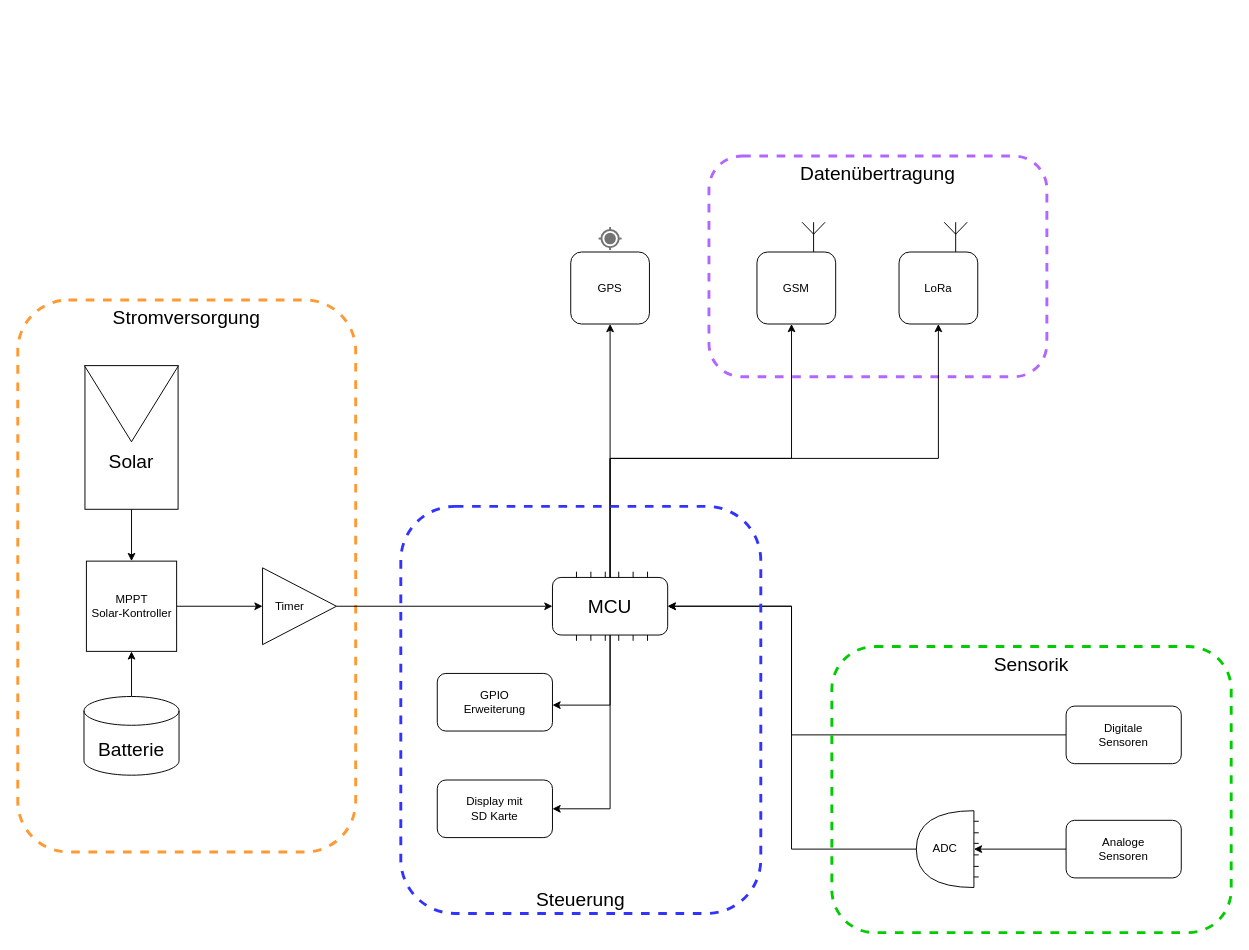
The draw.io diagram Systementwurf/blockschaltbild_2.drawio in Alexandros444/Datenbojen, before the edit. Source tidied: cells renumbered, new cells numbered last; positions are measured from the earlier drawing's top-left corner, leaving out a move shared by most shapes. Both pictures are drawn from the tidied source at 96%, with x=0, y=0 at pixel (17, 156).
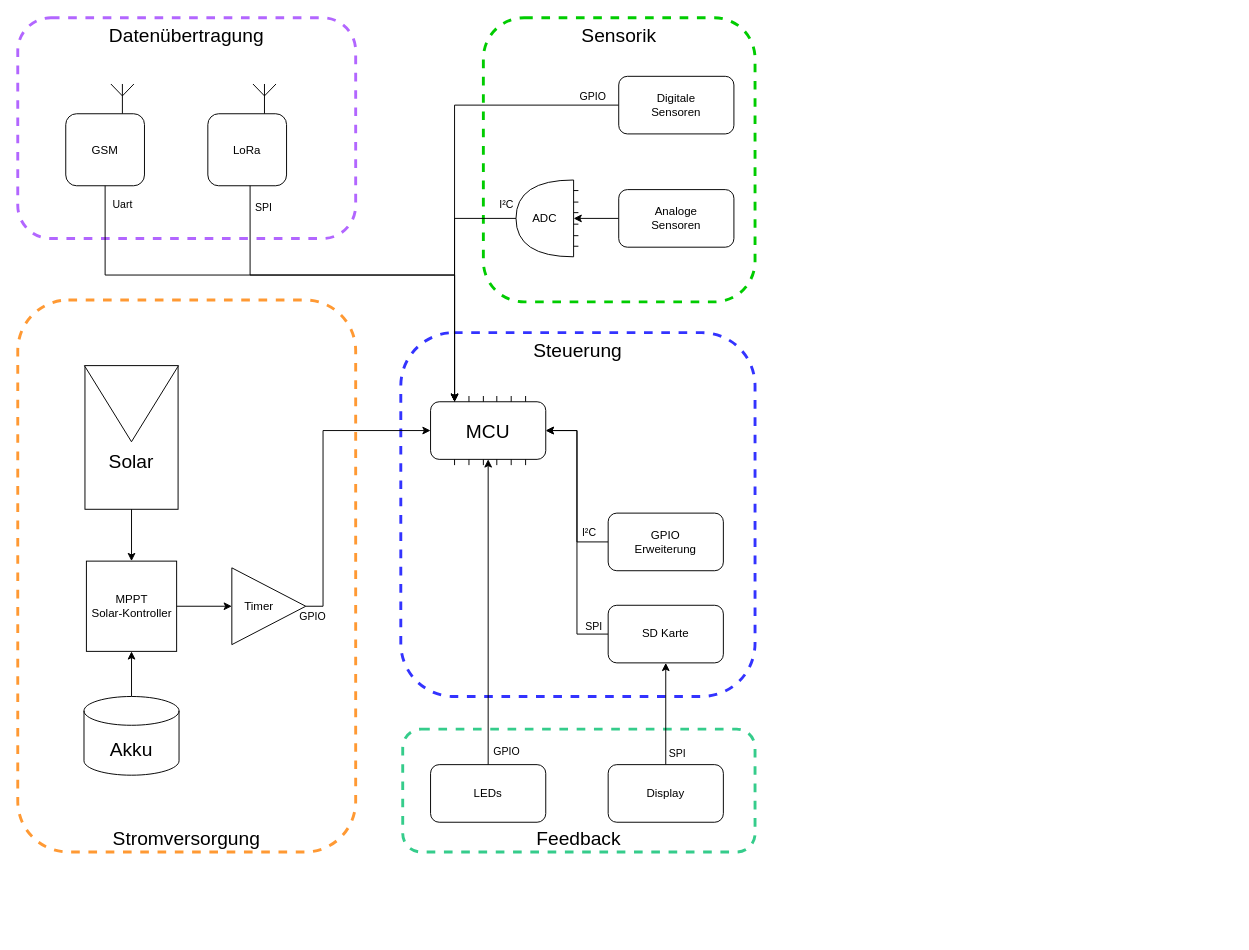
The same page after the edit.

Unchanged cells that the change refers to:
```xml
<mxCell id="19" value="GSM" style="rounded=1;whiteSpace=wrap;html=1;" parent="17" vertex="1">
  <mxGeometry y="31" width="82" height="75" as="geometry" />
</mxCell>
<mxCell id="22" value="LoRa" style="rounded=1;whiteSpace=wrap;html=1;" parent="20" vertex="1">
  <mxGeometry y="31" width="82" height="75" as="geometry" />
</mxCell>
<mxCell id="24" value="ADC" style="shape=or;whiteSpace=wrap;html=1;direction=west;" parent="23" vertex="1">
  <mxGeometry width="60" height="80" as="geometry" />
</mxCell>
<mxCell id="32" value="&lt;font style=&quot;font-size: 20px;&quot;&gt;MCU&lt;/font&gt;" style="rounded=1;whiteSpace=wrap;html=1;" parent="31" vertex="1">
  <mxGeometry y="6" width="120" height="60" as="geometry" />
</mxCell>
```

What changed in the source:
```diff
@@
+    <mxCell id="59" value="&lt;font style=&quot;font-size: 20px;&quot;&gt;Steuerung&lt;/font&gt;" style="rounded=1;whiteSpace=wrap;html=1;dashed=1;fillColor=none;verticalAlign=top;strokeColor=#3333FF;strokeWidth=3;align=center;" parent="1" vertex="1">
+      <mxGeometry x="399" y="184" width="369" height="379" as="geometry" />
+    </mxCell>
+    <mxCell id="60" value="&lt;font style=&quot;font-size: 20px;&quot;&gt;Feedback&lt;/font&gt;" style="rounded=1;whiteSpace=wrap;html=1;dashed=1;fillColor=none;verticalAlign=bottom;strokeColor=#35CC8B;strokeWidth=3;align=center;" parent="1" vertex="1">
+      <mxGeometry x="401" y="597" width="367" height="128" as="geometry" />
+    </mxCell>
+    <mxCell id="58" value="&lt;font style=&quot;font-size: 20px;&quot;&gt;Sensorik&lt;/font&gt;" style="rounded=1;whiteSpace=wrap;html=1;dashed=1;fillColor=none;verticalAlign=top;strokeColor=#00CC00;strokeWidth=3;" parent="1" vertex="1">
+      <mxGeometry x="485" y="-144" width="283" height="296" as="geometry" />
+    </mxCell>
-    <mxCell id="2" value="&lt;font style=&quot;font-size: 20px;&quot;&gt;Stromversorgung&lt;/font&gt;" style="rounded=1;whiteSpace=wrap;html=1;dashed=1;fillColor=none;verticalAlign=top;strokeColor=#FF9933;strokeWidth=3;" parent="1" vertex="1">
+    <mxCell id="2" value="&lt;font style=&quot;font-size: 20px;&quot;&gt;Stromversorgung&lt;/font&gt;" style="rounded=1;whiteSpace=wrap;html=1;dashed=1;fillColor=none;verticalAlign=bottom;strokeColor=#FF9933;strokeWidth=3;" parent="1" vertex="1">
       <mxGeometry y="150" width="352" height="575" as="geometry" />
     </mxCell>
     <mxCell id="3" value="&lt;font style=&quot;font-size: 20px;&quot;&gt;Datenübertragung&lt;/font&gt;" style="rounded=1;whiteSpace=wrap;html=1;dashed=1;fillColor=none;verticalAlign=top;strokeColor=#B266FF;strokeWidth=3;" parent="1" vertex="1">
-      <mxGeometry x="720" width="352" height="230" as="geometry" />
+      <mxGeometry y="-144" width="352" height="230" as="geometry" />
     </mxCell>
@@
-    <mxCell id="9" value="&lt;font style=&quot;font-size: 20px;&quot;&gt;Batterie&lt;br&gt;&lt;/font&gt;" style="shape=cylinder3;whiteSpace=wrap;html=1;boundedLbl=1;backgroundOutline=1;size=15;align=center;" parent="1" vertex="1">
+    <mxCell id="9" value="&lt;font style=&quot;font-size: 20px;&quot;&gt;Akku&lt;br&gt;&lt;/font&gt;" style="shape=cylinder3;whiteSpace=wrap;html=1;boundedLbl=1;backgroundOutline=1;size=15;align=center;" parent="1" vertex="1">
       <mxGeometry x="69" y="563" width="99" height="82" as="geometry" />
     </mxCell>
-    <mxCell id="10" style="edgeStyle=orthogonalEdgeStyle;rounded=0;jettySize=auto;html=1;" parent="1" edge="1" source="32" target="19">
-      <mxGeometry relative="1" as="geometry">
-        <Array as="points">
-          <mxPoint x="617" y="315" />
-          <mxPoint x="806" y="315" />
-        </Array>
-      </mxGeometry>
-    </mxCell>
-    <mxCell id="11" style="edgeStyle=orthogonalEdgeStyle;rounded=0;jettySize=auto;html=1;entryX=0.5;entryY=1;entryDx=0;entryDy=0;" parent="1" edge="1" source="32" target="22">
-      <mxGeometry relative="1" as="geometry">
-        <Array as="points">
-          <mxPoint x="617" y="315" />
-          <mxPoint x="959" y="315" />
-        </Array>
-      </mxGeometry>
-    </mxCell>
-    <mxCell id="12" style="edgeStyle=orthogonalEdgeStyle;rounded=0;jettySize=auto;html=1;" parent="1" edge="1" source="13" target="32">
-      <mxGeometry relative="1" as="geometry" />
+    <mxCell id="12" style="edgeStyle=orthogonalEdgeStyle;rounded=0;jettySize=auto;html=1;entryX=0;entryY=0.5;entryDx=0;entryDy=0;" parent="1" edge="1" source="13" target="32">
+      <mxGeometry relative="1" as="geometry">
+        <Array as="points">
+          <mxPoint x="318" y="469" />
+          <mxPoint x="318" y="286" />
+        </Array>
+      </mxGeometry>
     </mxCell>
+    <mxCell id="61" value="GPIO" style="edgeLabel;html=1;align=center;verticalAlign=middle;" parent="12" vertex="1">
+      <mxGeometry x="-0.95" y="2" relative="1" as="geometry">
+        <mxPoint x="-2" y="12" as="offset" />
+      </mxGeometry>
+    </mxCell>
     <mxCell id="13" value="Timer&amp;nbsp; &amp;nbsp; &amp;nbsp;&amp;nbsp;" style="triangle;whiteSpace=wrap;html=1;" parent="1" vertex="1">
-      <mxGeometry x="255" y="429" width="77" height="80" as="geometry" />
+      <mxGeometry x="223" y="429" width="77" height="80" as="geometry" />
     </mxCell>
@@
     <mxCell id="17" style="group;" parent="1" vertex="1">
-      <mxGeometry x="770" y="69" width="82" height="106" as="geometry" />
+      <mxGeometry x="50" y="-75" width="82" height="106" as="geometry" />
     </mxCell>
@@
     <mxCell id="20" style="group;" parent="1" vertex="1">
-      <mxGeometry x="918" y="69" width="82" height="106" as="geometry" />
+      <mxGeometry x="198" y="-75" width="82" height="106" as="geometry" />
     </mxCell>
@@
     <mxCell id="23" style="group;direction=west;" parent="1" vertex="1">
-      <mxGeometry x="936" y="682" width="65" height="80" as="geometry" />
+      <mxGeometry x="519" y="25" width="65" height="80" as="geometry" />
     </mxCell>
@@
     <mxCell id="31" style="group;" parent="1" vertex="1">
-      <mxGeometry x="557" y="433" width="120" height="72" as="geometry" />
+      <mxGeometry x="430" y="250" width="120" height="72" as="geometry" />
     </mxCell>
@@
     <mxCell id="46" value="Analoge&lt;div&gt;Sensoren&lt;/div&gt;" style="rounded=1;whiteSpace=wrap;html=1;" parent="1" vertex="1">
-      <mxGeometry x="1092" y="692" width="120" height="60" as="geometry" />
+      <mxGeometry x="626" y="35" width="120" height="60" as="geometry" />
     </mxCell>
+    <mxCell id="62" style="edgeStyle=orthogonalEdgeStyle;rounded=0;jettySize=auto;html=1;entryX=1;entryY=0.5;entryDx=0;entryDy=0;" parent="1" edge="1" source="47" target="32">
+      <mxGeometry relative="1" as="geometry" />
+    </mxCell>
+    <mxCell id="63" value="I²C" style="edgeLabel;html=1;align=center;verticalAlign=middle;" parent="62" vertex="1">
+      <mxGeometry x="-0.73" y="-1" relative="1" as="geometry">
+        <mxPoint x="3" y="-10" as="offset" />
+      </mxGeometry>
+    </mxCell>
     <mxCell id="47" value="GPIO&lt;div&gt;Erweiterung&lt;/div&gt;" style="rounded=1;whiteSpace=wrap;html=1;" parent="1" vertex="1">
-      <mxGeometry x="437" y="539" width="120" height="60" as="geometry" />
+      <mxGeometry x="615" y="372" width="120" height="60" as="geometry" />
     </mxCell>
+    <mxCell id="64" style="edgeStyle=orthogonalEdgeStyle;rounded=0;jettySize=auto;html=1;entryX=1;entryY=0.5;entryDx=0;entryDy=0;" parent="1" edge="1" source="48" target="32">
+      <mxGeometry relative="1" as="geometry" />
+    </mxCell>
+    <mxCell id="65" value="SPI" style="edgeLabel;html=1;align=center;verticalAlign=middle;" parent="64" vertex="1">
+      <mxGeometry x="-0.86" y="-1" relative="1" as="geometry">
+        <mxPoint x="3" y="-8" as="offset" />
+      </mxGeometry>
+    </mxCell>
-    <mxCell id="48" value="Display mit &lt;br&gt;SD Karte" style="rounded=1;whiteSpace=wrap;html=1;" parent="1" vertex="1">
-      <mxGeometry x="437" y="650" width="120" height="60" as="geometry" />
+    <mxCell id="48" value="SD Karte" style="rounded=1;whiteSpace=wrap;html=1;" parent="1" vertex="1">
+      <mxGeometry x="615" y="468" width="120" height="60" as="geometry" />
     </mxCell>
-    <mxCell id="49" style="edgeStyle=orthogonalEdgeStyle;rounded=0;jettySize=auto;html=1;" parent="1" edge="1" source="32">
-      <mxGeometry relative="1" as="geometry">
-        <mxPoint x="557" y="572" as="targetPoint" />
-        <Array as="points">
-          <mxPoint x="617" y="572" />
-        </Array>
-      </mxGeometry>
-    </mxCell>
-    <mxCell id="50" style="edgeStyle=orthogonalEdgeStyle;rounded=0;jettySize=auto;html=1;entryX=1;entryY=0.5;entryDx=0;entryDy=0;" parent="1" edge="1" source="32" target="48">
-      <mxGeometry relative="1" as="geometry" />
-    </mxCell>
-    <mxCell id="51" style="group;" parent="1" vertex="1">
-      <mxGeometry x="576" y="74" width="82" height="101" as="geometry" />
-    </mxCell>
-    <mxCell id="52" value="GPS" style="rounded=1;whiteSpace=wrap;html=1;" parent="51" vertex="1">
-      <mxGeometry y="26" width="82" height="75" as="geometry" />
-    </mxCell>
-    <mxCell id="53" style="html=1;dashed=0;verticalLabelPosition=bottom;verticalAlign=top;align=center;shape=mxgraph.gmdl.gps;strokeColor=#737373;fillColor=#737373;shadow=0;strokeWidth=2;sketch=0;" parent="51" vertex="1">
-      <mxGeometry x="29" width="24" height="24" as="geometry" />
-    </mxCell>
-    <mxCell id="54" style="edgeStyle=orthogonalEdgeStyle;rounded=0;jettySize=auto;html=1;" parent="1" edge="1" source="32" target="52">
-      <mxGeometry relative="1" as="geometry" />
-    </mxCell>
-    <mxCell id="55" style="edgeStyle=orthogonalEdgeStyle;rounded=0;jettySize=auto;html=1;entryX=1;entryY=0.5;entryDx=0;entryDy=0;" parent="1" edge="1" source="56" target="32">
+    <mxCell id="55" style="edgeStyle=orthogonalEdgeStyle;rounded=0;jettySize=auto;html=1;" parent="1" edge="1" source="56" target="32">
       <mxGeometry relative="1" as="geometry">
         <Array as="points">
-          <mxPoint x="806" y="603" />
-          <mxPoint x="806" y="469" />
+          <mxPoint x="455" y="-53" />
         </Array>
       </mxGeometry>
     </mxCell>
+    <mxCell id="66" value="GPIO" style="edgeLabel;html=1;align=center;verticalAlign=middle;" parent="55" vertex="1">
+      <mxGeometry x="-0.73" y="2" relative="1" as="geometry">
+        <mxPoint x="37" y="-12" as="offset" />
+      </mxGeometry>
+    </mxCell>
     <mxCell id="56" value="Digitale&lt;br&gt;Sensoren" style="rounded=1;whiteSpace=wrap;html=1;" parent="1" vertex="1">
-      <mxGeometry x="1092" y="573" width="120" height="60" as="geometry" />
+      <mxGeometry x="626" y="-83" width="120" height="60" as="geometry" />
     </mxCell>
+    <mxCell id="67" style="edgeStyle=orthogonalEdgeStyle;rounded=0;jettySize=auto;html=1;" parent="1" edge="1" source="69" target="48">
+      <mxGeometry relative="1" as="geometry" />
+    </mxCell>
+    <mxCell id="68" value="SPI" style="edgeLabel;html=1;align=center;verticalAlign=middle;" parent="67" vertex="1">
+      <mxGeometry x="-0.78" y="-1" relative="1" as="geometry">
+        <mxPoint x="10" as="offset" />
+      </mxGeometry>
+    </mxCell>
+    <mxCell id="69" value="Display" style="rounded=1;whiteSpace=wrap;html=1;" parent="1" vertex="1">
+      <mxGeometry x="615" y="634" width="120" height="60" as="geometry" />
+    </mxCell>
+    <mxCell id="70" style="edgeStyle=orthogonalEdgeStyle;rounded=0;jettySize=auto;html=1;" parent="1" edge="1" source="72" target="32">
+      <mxGeometry relative="1" as="geometry" />
+    </mxCell>
+    <mxCell id="71" value="GPIO" style="edgeLabel;html=1;align=center;verticalAlign=middle;" parent="70" vertex="1">
+      <mxGeometry x="-0.93" y="-1" relative="1" as="geometry">
+        <mxPoint x="17" y="-4" as="offset" />
+      </mxGeometry>
+    </mxCell>
+    <mxCell id="72" value="LEDs" style="rounded=1;whiteSpace=wrap;html=1;" parent="1" vertex="1">
+      <mxGeometry x="430" y="634" width="120" height="60" as="geometry" />
+    </mxCell>
-    <mxCell id="57" style="edgeStyle=orthogonalEdgeStyle;rounded=0;jettySize=auto;html=1;entryX=1;entryY=0.5;entryDx=0;entryDy=0;" parent="1" edge="1" source="24" target="32">
+    <mxCell id="57" style="edgeStyle=orthogonalEdgeStyle;rounded=0;jettySize=auto;html=1;" parent="1" edge="1" source="24" target="32">
       <mxGeometry relative="1" as="geometry">
         <Array as="points">
-          <mxPoint x="806" y="722" />
-          <mxPoint x="806" y="469" />
+          <mxPoint x="455" y="65" />
         </Array>
       </mxGeometry>
     </mxCell>
-    <mxCell id="58" value="&lt;font style=&quot;font-size: 20px;&quot;&gt;Sensorik&lt;/font&gt;" style="rounded=1;whiteSpace=wrap;html=1;dashed=1;fillColor=none;verticalAlign=top;strokeColor=#00CC00;strokeWidth=3;" parent="1" vertex="1">
-      <mxGeometry x="848" y="511" width="416" height="298" as="geometry" />
-    </mxCell>
-    <mxCell id="59" value="&lt;font style=&quot;font-size: 20px;&quot;&gt;Steuerung&lt;/font&gt;" style="rounded=1;whiteSpace=wrap;html=1;dashed=1;fillColor=none;verticalAlign=bottom;strokeColor=#3333FF;strokeWidth=3;" parent="1" vertex="1">
-      <mxGeometry x="399" y="365" width="375" height="424" as="geometry" />
-    </mxCell>
+    <mxCell id="73" value="I²C" style="edgeLabel;html=1;align=center;verticalAlign=middle;" parent="57" vertex="1">
+      <mxGeometry x="-0.91" relative="1" as="geometry">
+        <mxPoint y="-15" as="offset" />
+      </mxGeometry>
+    </mxCell>
+    <mxCell id="74" style="edgeStyle=orthogonalEdgeStyle;rounded=0;jettySize=auto;html=1;" parent="1" edge="1" source="22" target="32">
+      <mxGeometry relative="1" as="geometry">
+        <Array as="points">
+          <mxPoint x="242" y="124" />
+          <mxPoint x="455" y="124" />
+        </Array>
+      </mxGeometry>
+    </mxCell>
+    <mxCell id="75" value="SPI" style="edgeLabel;html=1;align=center;verticalAlign=middle;" parent="74" vertex="1">
+      <mxGeometry x="-0.65" y="1" relative="1" as="geometry">
+        <mxPoint x="12" y="-55" as="offset" />
+      </mxGeometry>
+    </mxCell>
+    <mxCell id="76" style="edgeStyle=orthogonalEdgeStyle;rounded=0;jettySize=auto;html=1;" parent="1" edge="1" source="19" target="32">
+      <mxGeometry relative="1" as="geometry">
+        <Array as="points">
+          <mxPoint x="91" y="124" />
+          <mxPoint x="455" y="124" />
+        </Array>
+      </mxGeometry>
+    </mxCell>
+    <mxCell id="77" value="Uart" style="edgeLabel;html=1;align=center;verticalAlign=middle;" parent="76" vertex="1">
+      <mxGeometry x="-0.55" y="1" relative="1" as="geometry">
+        <mxPoint x="-23" y="-73" as="offset" />
+      </mxGeometry>
+    </mxCell>
```
